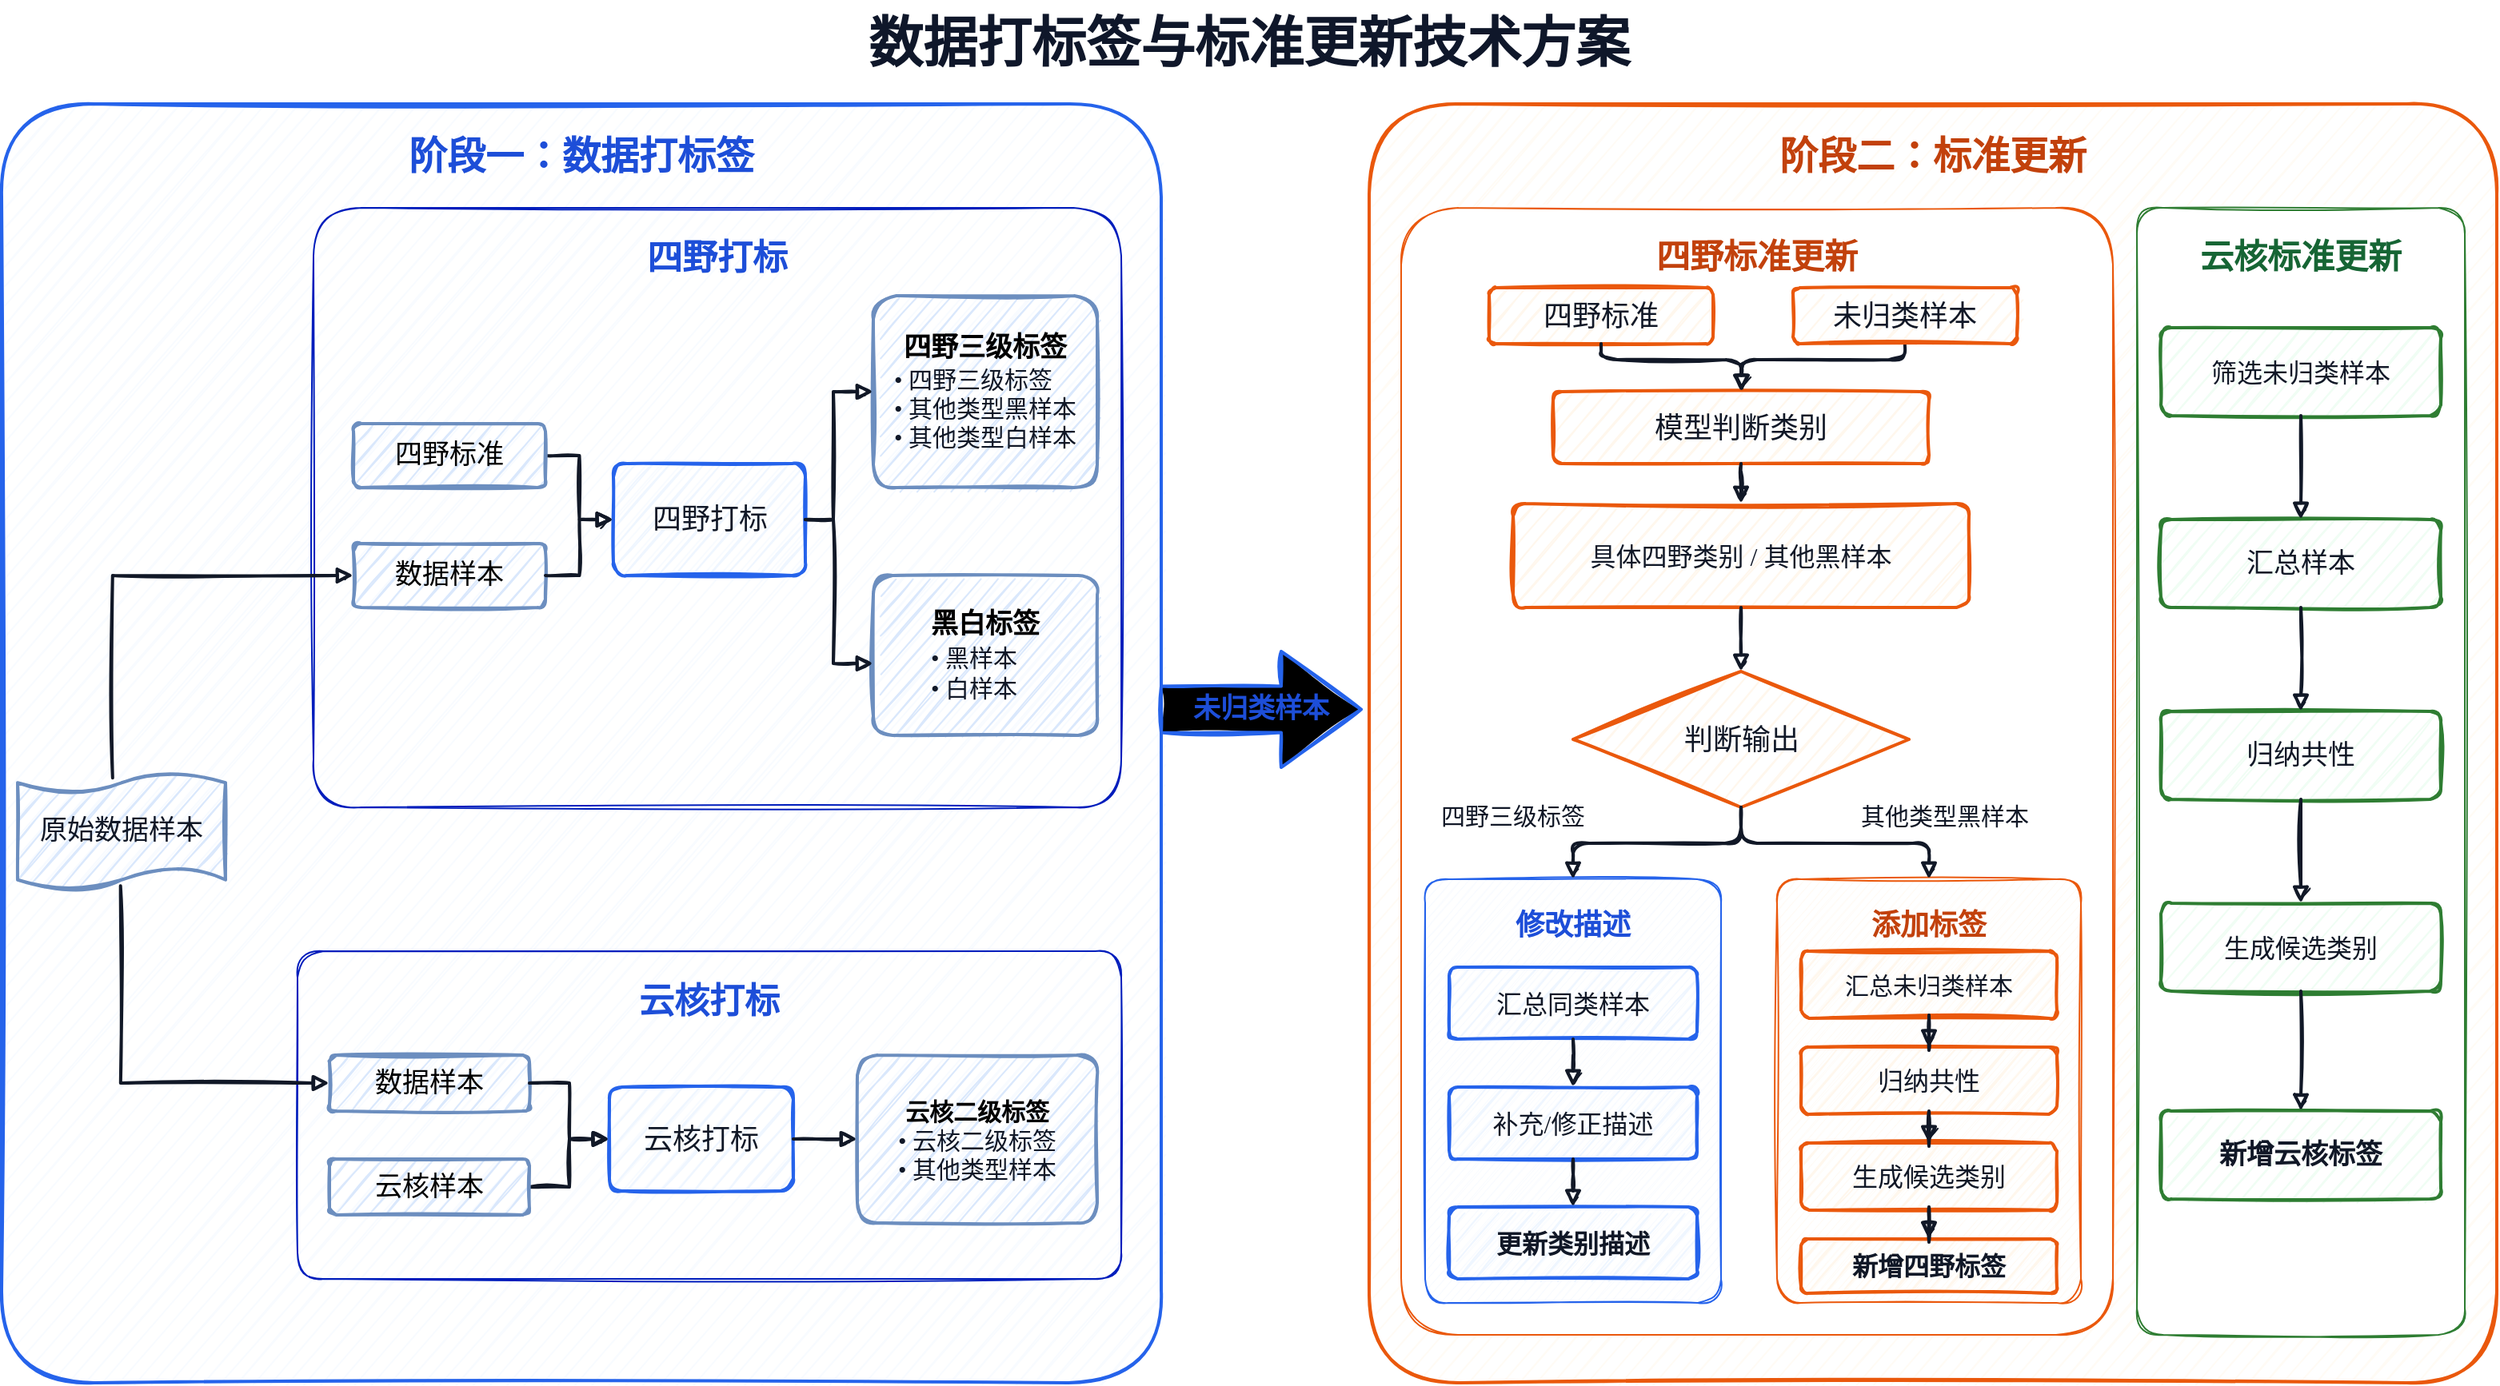
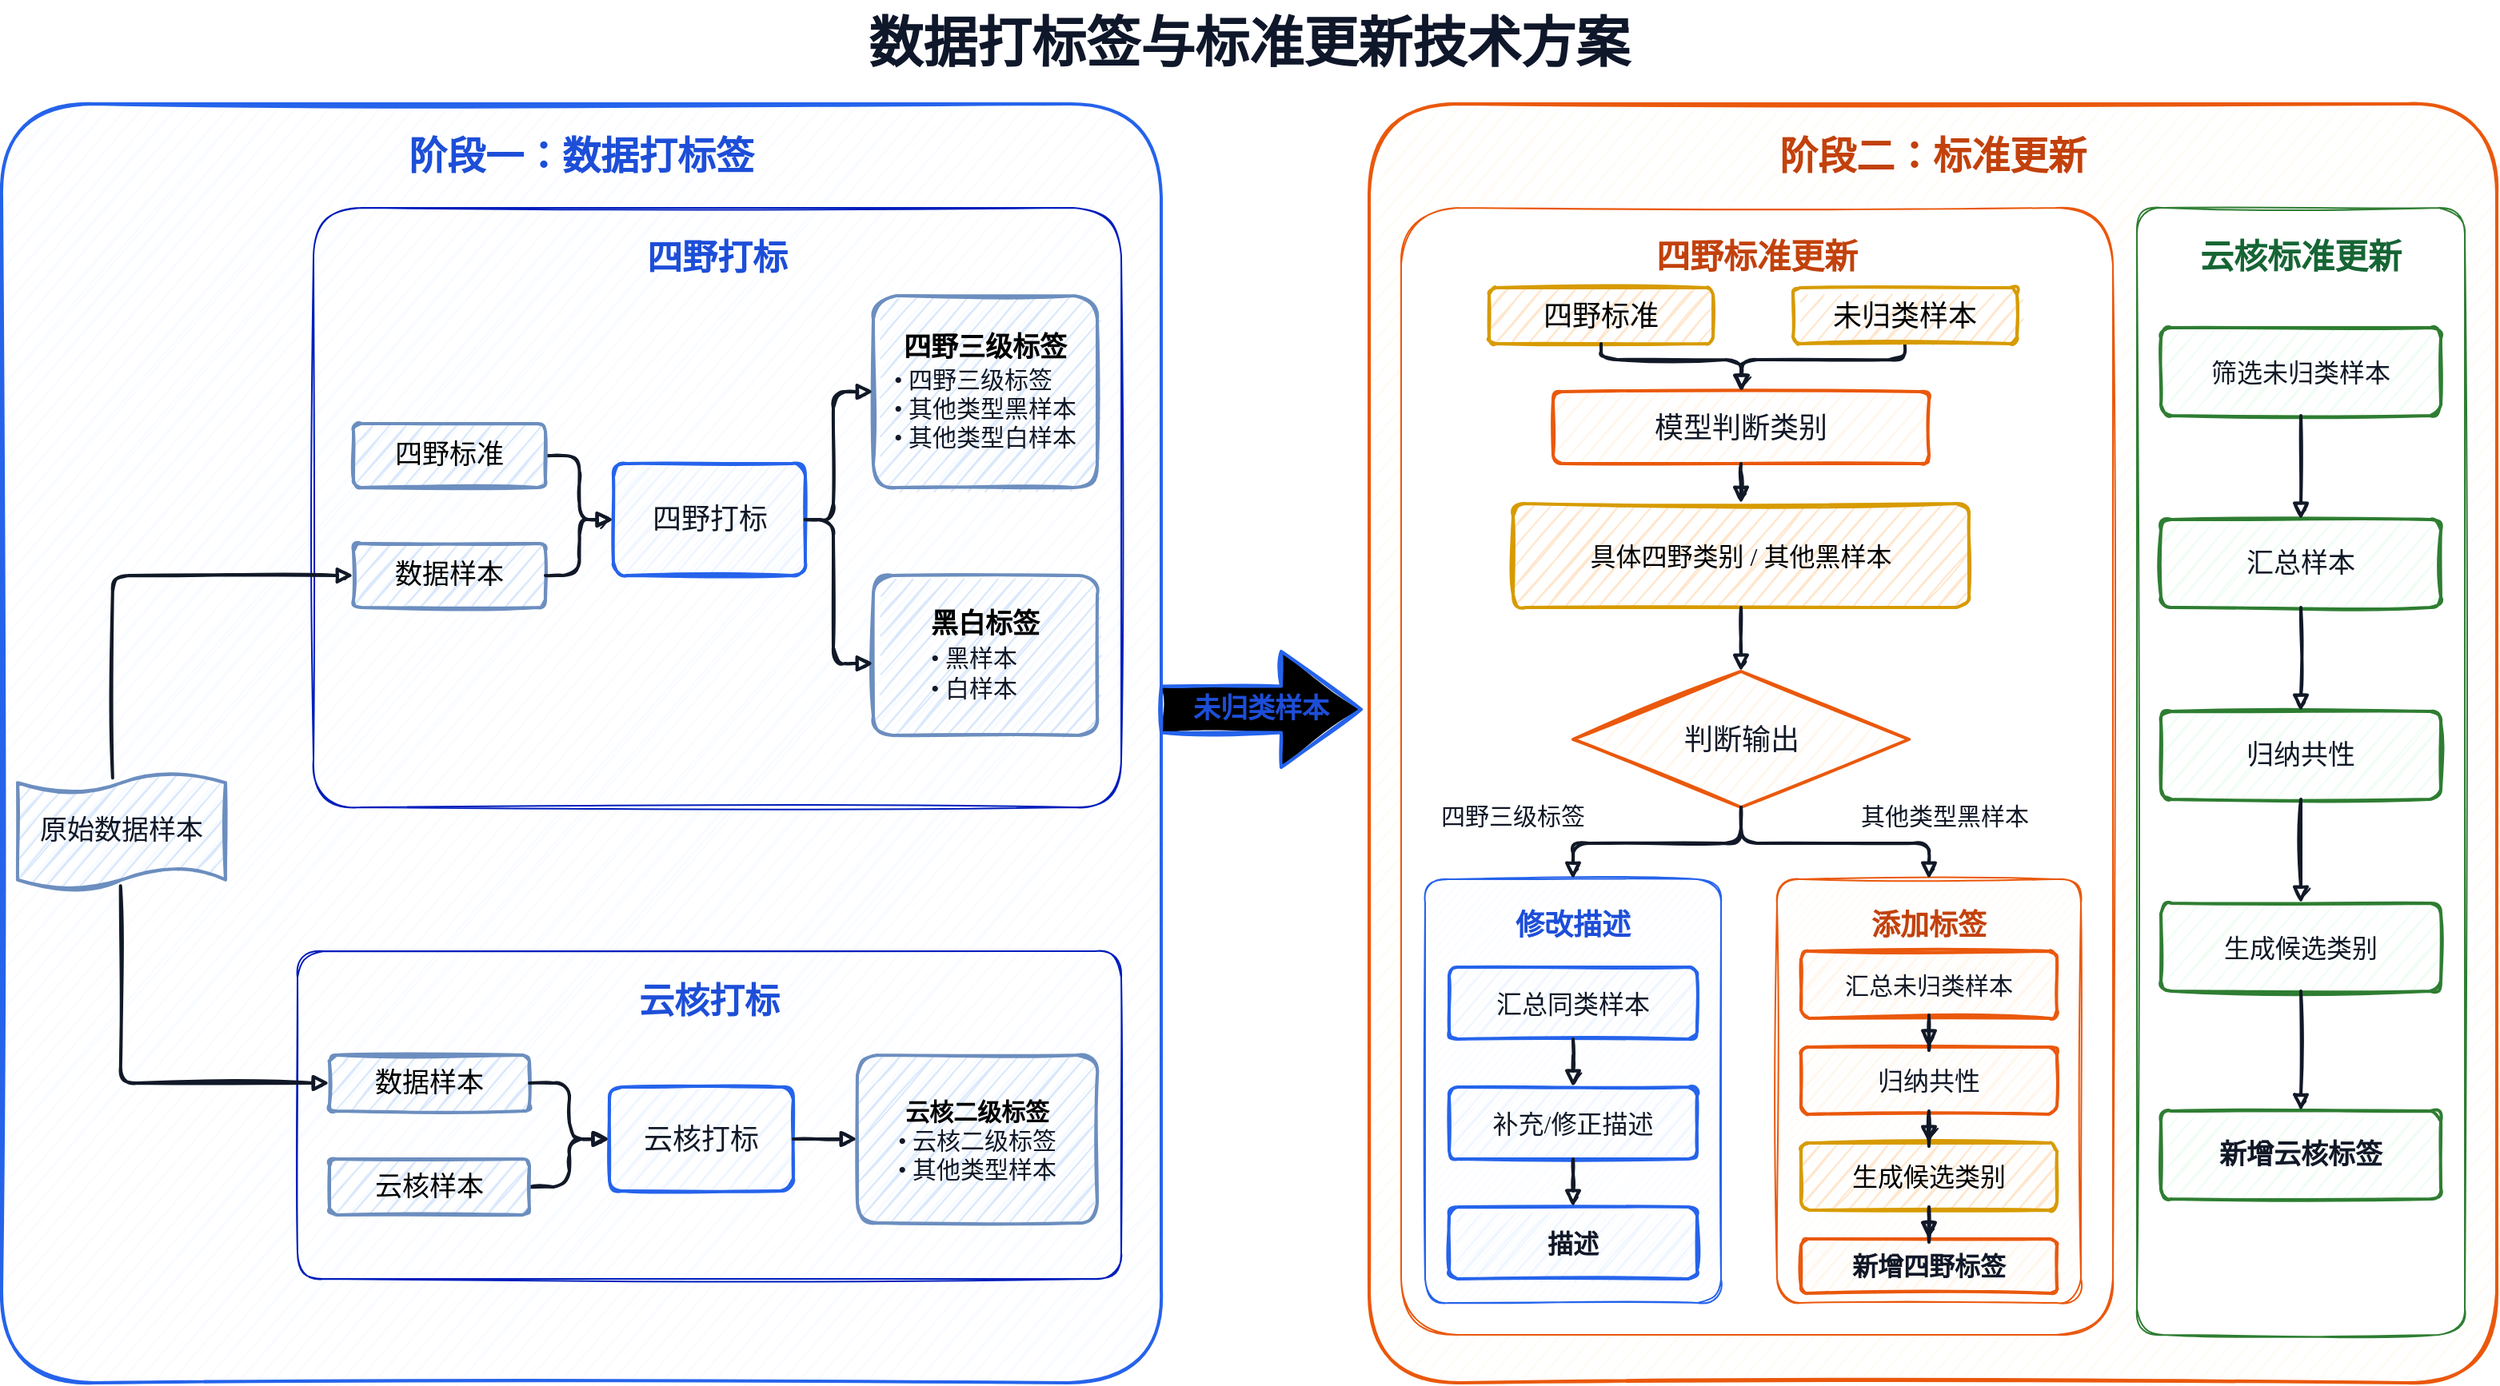
<mxfile host="app.diagrams.net">
  <diagram name="第 1 页" id="qHBWtlReQOPTe34Jqt11">
-     <mxGraphModel dx="1768" dy="971" grid="1" gridSize="10" guides="1" tooltips="1" connect="1" arrows="1" fold="1" page="1" pageScale="1" pageWidth="1600" pageHeight="900" math="0" shadow="0">
+     <mxGraphModel dx="1664" dy="914" grid="1" gridSize="10" guides="1" tooltips="1" connect="1" arrows="1" fold="1" page="1" pageScale="1" pageWidth="1600" pageHeight="900" math="0" shadow="0">
      <root>
        <mxCell id="0" />
        <mxCell id="1" parent="0" />
        <mxCell id="c2" parent="1" style="text;html=1;strokeColor=none;fillColor=none;align=center;verticalAlign=middle;whiteSpace=wrap;rounded=0;fontFamily=Microsoft YaHei;fontSize=22;fontColor=#111827;fontSize=34;fontColor=#0F172A;fontStyle=1;align=center;" value="数据打标签与标准更新技术方案" vertex="1">
          <mxGeometry height="55" width="760" x="420" y="15" as="geometry" />
        </mxCell>
        <mxCell id="c3" parent="1" style="html=1;whiteSpace=wrap;rounded=1;sketch=1;fontFamily=Microsoft YaHei;fontSize=18;strokeWidth=2;fillColor=#F8FBFF;strokeColor=#2563EB;fontColor=#1D4ED8;fontStyle=1;fontSize=24;verticalAlign=top;align=center;spacingTop=12;strokeWidth=2;arcSize=8;" value="阶段一：数据打标签" vertex="1">
          <mxGeometry height="800" width="725" x="20" y="80" as="geometry" />
        </mxCell>
        <mxCell id="c4" parent="1" style="html=1;whiteSpace=wrap;rounded=1;sketch=1;fontFamily=Microsoft YaHei;fontSize=18;strokeWidth=2;fillColor=#FFFBF5;strokeColor=#EA580C;fontColor=#C2410C;fontStyle=1;fontSize=24;verticalAlign=top;align=center;spacingTop=12;strokeWidth=2;arcSize=8;" value="阶段二：标准更新" vertex="1">
          <mxGeometry height="800" width="705" x="875" y="80" as="geometry" />
        </mxCell>
        <mxCell id="c7" parent="1" style="html=1;whiteSpace=wrap;rounded=1;sketch=1;fontFamily=Microsoft YaHei;fontSize=24;strokeWidth=2;fillColor=none;strokeColor=#001DBC;fontStyle=1;fontSize=22;verticalAlign=top;align=center;spacingTop=12;strokeWidth=1;arcSize=8;fontColor=#1D4ED8;" value="四野打标" vertex="1">
          <mxGeometry height="375" width="505" x="215" y="145" as="geometry" />
        </mxCell>
        <mxCell id="c8" parent="1" style="html=1;whiteSpace=wrap;rounded=1;sketch=1;fontFamily=Microsoft YaHei;fontSize=15;strokeWidth=2;arcSize=12;spacing=8;fillColor=#dae8fc;strokeColor=#6c8ebf;fontSize=17;fontStyle=0;align=center;verticalAlign=middle;" value="数据样本" vertex="1">
          <mxGeometry height="40" width="120" x="240" y="355" as="geometry" />
        </mxCell>
        <mxCell id="c9" parent="1" style="html=1;whiteSpace=wrap;rounded=1;sketch=1;fontFamily=Microsoft YaHei;fontSize=15;strokeWidth=2;arcSize=12;spacing=8;fillColor=#EFF6FF;strokeColor=#2563EB;fontColor=#111827;fontSize=18;fontStyle=0;align=center;verticalAlign=middle;" value="四野打标" vertex="1">
          <mxGeometry height="70" width="120" x="402.5" y="305" as="geometry" />
        </mxCell>
        <mxCell id="c10" parent="1" style="html=1;whiteSpace=wrap;rounded=1;sketch=1;fontFamily=Microsoft YaHei;fontSize=18;strokeWidth=2;arcSize=12;spacing=8;fillColor=#dae8fc;strokeColor=#6c8ebf;fontSize=15;fontStyle=0;align=center;verticalAlign=middle;" value="&lt;b&gt;&lt;font style=&quot;font-size: 17px;&quot;&gt;四野三级标签&lt;/font&gt;&lt;/b&gt;&lt;br&gt;&lt;div style=&quot;text-align: left;&quot;&gt;&lt;span style=&quot;background-color: transparent; color: light-dark(rgb(17, 24, 39), rgb(212, 218, 231));&quot;&gt;• 四野三级标签&lt;/span&gt;&lt;/div&gt;&lt;div style=&quot;text-align: left;&quot;&gt;&lt;span style=&quot;background-color: transparent; color: light-dark(rgb(17, 24, 39), rgb(212, 218, 231));&quot;&gt;• 其他类型黑样本&lt;/span&gt;&lt;/div&gt;&lt;div style=&quot;text-align: left;&quot;&gt;&lt;span style=&quot;background-color: transparent; color: light-dark(rgb(17, 24, 39), rgb(212, 218, 231));&quot;&gt;• 其他类型白样本&lt;/span&gt;&lt;/div&gt;" vertex="1">
          <mxGeometry height="120" width="140" x="565" y="200" as="geometry" />
        </mxCell>
        <mxCell id="c11" parent="1" style="html=1;whiteSpace=wrap;rounded=1;sketch=1;fontFamily=Microsoft YaHei;fontSize=18;strokeWidth=2;arcSize=12;spacing=8;fillColor=#dae8fc;strokeColor=#6c8ebf;fontSize=16;fontStyle=0;align=center;verticalAlign=middle;" value="&lt;b&gt;&lt;font style=&quot;font-size: 17px;&quot;&gt;黑白标签&lt;/font&gt;&lt;/b&gt;&lt;br&gt;&lt;div style=&quot;text-align: left;&quot;&gt;&lt;span style=&quot;background-color: transparent; color: light-dark(rgb(17, 24, 39), rgb(212, 218, 231));&quot;&gt;&lt;font style=&quot;font-size: 15px;&quot;&gt;• 黑样本&lt;/font&gt;&lt;/span&gt;&lt;/div&gt;&lt;div style=&quot;text-align: left;&quot;&gt;&lt;span style=&quot;background-color: transparent; color: light-dark(rgb(17, 24, 39), rgb(212, 218, 231));&quot;&gt;&lt;font style=&quot;font-size: 15px;&quot;&gt;• 白样本&lt;/font&gt;&lt;/span&gt;&lt;/div&gt;" vertex="1">
          <mxGeometry height="100" width="140" x="565" y="375" as="geometry" />
        </mxCell>
        <mxCell id="c12" parent="1" style="html=1;whiteSpace=wrap;rounded=1;sketch=1;fontFamily=Microsoft YaHei;fontSize=24;strokeWidth=2;fillColor=none;strokeColor=#001DBC;fontStyle=1;fontSize=22;verticalAlign=top;align=center;spacingTop=12;strokeWidth=1;arcSize=8;fontColor=#1D4ED8;" value="云核打标" vertex="1">
          <mxGeometry height="205" width="515" x="205" y="610" as="geometry" />
        </mxCell>
        <mxCell id="c13" parent="1" style="html=1;whiteSpace=wrap;rounded=1;sketch=1;fontFamily=Microsoft YaHei;fontSize=18;strokeWidth=2;arcSize=12;spacing=8;fillColor=#dae8fc;strokeColor=#6c8ebf;fontSize=17;fontStyle=1;align=center;verticalAlign=middle;" value="&lt;span style=&quot;font-weight: normal;&quot;&gt;数据样本&lt;/span&gt;" vertex="1">
          <mxGeometry height="35" width="125" x="225" y="675" as="geometry" />
        </mxCell>
        <mxCell id="c14" parent="1" style="html=1;whiteSpace=wrap;rounded=1;sketch=1;fontFamily=Microsoft YaHei;fontSize=18;strokeWidth=2;arcSize=12;spacing=8;fillColor=#EFF6FF;strokeColor=#2563EB;fontColor=#111827;fontSize=18;fontStyle=0;align=center;verticalAlign=middle;" value="云核打标" vertex="1">
          <mxGeometry height="65" width="115" x="400" y="695" as="geometry" />
        </mxCell>
        <mxCell id="c15" parent="1" style="html=1;whiteSpace=wrap;rounded=1;sketch=1;fontFamily=Microsoft YaHei;fontSize=18;strokeWidth=2;arcSize=12;spacing=8;fillColor=#dae8fc;strokeColor=#6c8ebf;fontSize=15;fontStyle=0;align=center;verticalAlign=middle;" value="&lt;b&gt;云核二级标签&lt;/b&gt;&lt;br&gt;&lt;div style=&quot;text-align: left;&quot;&gt;&lt;span style=&quot;background-color: transparent; color: light-dark(rgb(17, 24, 39), rgb(212, 218, 231));&quot;&gt;• 云核二级标签&lt;/span&gt;&lt;/div&gt;&lt;div style=&quot;text-align: left;&quot;&gt;&lt;span style=&quot;background-color: transparent; color: light-dark(rgb(17, 24, 39), rgb(212, 218, 231));&quot;&gt;• 其他类型样本&lt;/span&gt;&lt;/div&gt;" vertex="1">
          <mxGeometry height="105" width="150" x="555" y="675" as="geometry" />
        </mxCell>
-         <mxCell id="e18" edge="1" parent="1" source="c8" style="edgeStyle=orthogonalEdgeStyle;rounded=0;orthogonalLoop=1;jettySize=auto;html=1;sketch=1;endArrow=block;endFill=1;strokeWidth=2;strokeColor=#111827;fontFamily=Microsoft YaHei;fontSize=14;" target="c9" value="">
-           <mxGeometry relative="1" as="geometry" />
-         </mxCell>
-         <mxCell id="e19" edge="1" parent="1" source="c9" style="edgeStyle=orthogonalEdgeStyle;rounded=0;orthogonalLoop=1;jettySize=auto;html=1;sketch=1;endArrow=block;endFill=1;strokeWidth=2;strokeColor=#111827;fontFamily=Microsoft YaHei;fontSize=14;" target="c10" value="">
+         <mxCell id="e18" edge="1" parent="1" source="c8" style="edgeStyle=orthogonalEdgeStyle;rounded=1;orthogonalLoop=1;jettySize=auto;html=1;sketch=1;endArrow=block;endFill=1;strokeWidth=2;strokeColor=#111827;fontFamily=Microsoft YaHei;fontSize=14;align=center;verticalAlign=middle;fontColor=default;labelBackgroundColor=default;curved=0;" target="c9" value="">
+           <mxGeometry relative="1" as="geometry" />
+         </mxCell>
+         <mxCell id="e19" edge="1" parent="1" source="c9" style="edgeStyle=orthogonalEdgeStyle;rounded=1;orthogonalLoop=1;jettySize=auto;html=1;sketch=1;endArrow=block;endFill=1;strokeWidth=2;strokeColor=#111827;fontFamily=Microsoft YaHei;fontSize=14;align=center;verticalAlign=middle;fontColor=default;labelBackgroundColor=default;curved=0;" target="c10" value="">
          <mxGeometry relative="1" as="geometry">
            <Array as="points">
              <mxPoint x="540" y="340" />
              <mxPoint x="540" y="260" />
            </Array>
          </mxGeometry>
        </mxCell>
-         <mxCell id="e20" edge="1" parent="1" source="c9" style="edgeStyle=orthogonalEdgeStyle;rounded=0;orthogonalLoop=1;jettySize=auto;html=1;sketch=1;endArrow=block;endFill=1;strokeWidth=2;strokeColor=#111827;fontFamily=Microsoft YaHei;fontSize=14;exitX=1;exitY=0.5;exitDx=0;exitDy=0;" target="c11" value="">
+         <mxCell id="e20" edge="1" parent="1" source="c9" style="edgeStyle=orthogonalEdgeStyle;rounded=1;orthogonalLoop=1;jettySize=auto;html=1;sketch=1;endArrow=block;endFill=1;strokeWidth=2;strokeColor=#111827;fontFamily=Microsoft YaHei;fontSize=14;exitX=1;exitY=0.5;exitDx=0;exitDy=0;align=center;verticalAlign=middle;fontColor=default;labelBackgroundColor=default;curved=0;" target="c11" value="">
          <mxGeometry relative="1" as="geometry">
            <Array as="points">
              <mxPoint x="540" y="340" />
              <mxPoint x="540" y="430" />
            </Array>
          </mxGeometry>
        </mxCell>
-         <mxCell id="e21" edge="1" parent="1" source="c13" style="edgeStyle=orthogonalEdgeStyle;rounded=0;orthogonalLoop=1;jettySize=auto;html=1;sketch=1;endArrow=block;endFill=1;strokeWidth=2;strokeColor=#111827;fontFamily=Microsoft YaHei;fontSize=14;" target="c14" value="">
-           <mxGeometry relative="1" as="geometry" />
-         </mxCell>
-         <mxCell id="e22" edge="1" parent="1" source="c14" style="edgeStyle=orthogonalEdgeStyle;rounded=0;orthogonalLoop=1;jettySize=auto;html=1;sketch=1;endArrow=block;endFill=1;strokeWidth=2;strokeColor=#111827;fontFamily=Microsoft YaHei;fontSize=14;" target="c15" value="">
+         <mxCell id="e21" edge="1" parent="1" source="c13" style="edgeStyle=orthogonalEdgeStyle;rounded=1;orthogonalLoop=1;jettySize=auto;html=1;sketch=1;endArrow=block;endFill=1;strokeWidth=2;strokeColor=#111827;fontFamily=Microsoft YaHei;fontSize=14;align=center;verticalAlign=middle;fontColor=default;labelBackgroundColor=default;curved=0;" target="c14" value="">
+           <mxGeometry relative="1" as="geometry" />
+         </mxCell>
+         <mxCell id="e22" edge="1" parent="1" source="c14" style="edgeStyle=orthogonalEdgeStyle;rounded=1;orthogonalLoop=1;jettySize=auto;html=1;sketch=1;endArrow=block;endFill=1;strokeWidth=2;strokeColor=#111827;fontFamily=Microsoft YaHei;fontSize=14;align=center;verticalAlign=middle;fontColor=default;labelBackgroundColor=default;curved=0;" target="c15" value="">
          <mxGeometry relative="1" as="geometry" />
        </mxCell>
        <mxCell id="c24" parent="1" style="html=1;whiteSpace=wrap;rounded=1;sketch=1;fontFamily=Microsoft YaHei;fontSize=18;strokeWidth=2;fillColor=#FFFFFF;strokeColor=#EA580C;fontColor=#C2410C;fontStyle=1;fontSize=21;verticalAlign=top;align=center;spacingTop=12;strokeWidth=1;arcSize=8;" value="四野标准更新" vertex="1">
          <mxGeometry height="705" width="445" x="895" y="145" as="geometry" />
        </mxCell>
-         <mxCell id="c25" parent="1" style="html=1;whiteSpace=wrap;rounded=1;sketch=1;fontFamily=Microsoft YaHei;fontSize=18;strokeWidth=2;arcSize=12;spacing=8;fillColor=#FFF7ED;strokeColor=#EA580C;fontColor=#111827;fontSize=18;fontStyle=1;align=center;verticalAlign=middle;" value="&lt;span style=&quot;font-weight: normal;&quot;&gt;四野标准&lt;/span&gt;" vertex="1">
+         <mxCell id="c25" parent="1" style="html=1;whiteSpace=wrap;rounded=1;sketch=1;fontFamily=Microsoft YaHei;fontSize=18;strokeWidth=2;arcSize=12;spacing=8;fillColor=#ffe6cc;strokeColor=#d79b00;fontSize=18;fontStyle=1;align=center;verticalAlign=middle;" value="&lt;span style=&quot;font-weight: normal;&quot;&gt;四野标准&lt;/span&gt;" vertex="1">
          <mxGeometry height="35" width="140" x="950" y="195" as="geometry" />
        </mxCell>
        <mxCell id="c26" parent="1" style="html=1;whiteSpace=wrap;rounded=1;sketch=1;fontFamily=Microsoft YaHei;fontSize=18;strokeWidth=2;arcSize=12;spacing=8;fillColor=#FFF7ED;strokeColor=#EA580C;fontColor=#111827;fontSize=18;fontStyle=1;align=center;verticalAlign=middle;" value="&lt;span style=&quot;font-weight: normal;&quot;&gt;模型判断类别&lt;/span&gt;" vertex="1">
          <mxGeometry height="45" width="235" x="990" y="260" as="geometry" />
        </mxCell>
-         <mxCell id="c27" parent="1" style="html=1;whiteSpace=wrap;rounded=1;sketch=1;fontFamily=Microsoft YaHei;fontSize=18;strokeWidth=2;arcSize=12;spacing=8;fillColor=#FFF7ED;strokeColor=#EA580C;fontColor=#111827;fontSize=16;fontStyle=1;align=center;verticalAlign=middle;" value="&lt;span style=&quot;font-weight: normal;&quot;&gt;具体四野类别 / 其他黑样本&lt;/span&gt;" vertex="1">
+         <mxCell id="c27" parent="1" style="html=1;whiteSpace=wrap;rounded=1;sketch=1;fontFamily=Microsoft YaHei;fontSize=18;strokeWidth=2;arcSize=12;spacing=8;fillColor=#ffe6cc;strokeColor=#d79b00;fontSize=16;fontStyle=1;align=center;verticalAlign=middle;" value="&lt;span style=&quot;font-weight: normal;&quot;&gt;具体四野类别 / 其他黑样本&lt;/span&gt;" vertex="1">
          <mxGeometry height="65" width="285" x="965" y="330" as="geometry" />
        </mxCell>
        <mxCell id="c28" parent="1" style="rhombus;html=1;whiteSpace=wrap;sketch=1;fontFamily=Microsoft YaHei;fontSize=18;fontStyle=1;strokeWidth=2;fillColor=#FFF7ED;strokeColor=#EA580C;fontColor=#111827;align=center;verticalAlign=middle;" value="&lt;span style=&quot;font-weight: normal;&quot;&gt;判断输出&lt;/span&gt;" vertex="1">
          <mxGeometry height="85" width="210" x="1002.5" y="435" as="geometry" />
        </mxCell>
        <mxCell id="e29" edge="1" parent="1" source="c25" style="edgeStyle=orthogonalEdgeStyle;rounded=1;orthogonalLoop=1;jettySize=auto;html=1;sketch=1;endArrow=block;endFill=1;strokeWidth=2;strokeColor=#111827;fontFamily=Microsoft YaHei;fontSize=14;align=center;verticalAlign=middle;fontColor=default;labelBackgroundColor=default;curved=0;" target="c26" value="">
          <mxGeometry relative="1" as="geometry">
            <Array as="points">
              <mxPoint x="1020" y="240" />
              <mxPoint x="1108" y="240" />
            </Array>
          </mxGeometry>
        </mxCell>
        <mxCell id="e30" edge="1" parent="1" source="c26" style="edgeStyle=orthogonalEdgeStyle;rounded=0;orthogonalLoop=1;jettySize=auto;html=1;sketch=1;endArrow=block;endFill=1;strokeWidth=2;strokeColor=#111827;fontFamily=Microsoft YaHei;fontSize=14;" target="c27" value="">
          <mxGeometry relative="1" as="geometry" />
        </mxCell>
        <mxCell id="e31" edge="1" parent="1" source="c27" style="edgeStyle=orthogonalEdgeStyle;rounded=0;orthogonalLoop=1;jettySize=auto;html=1;sketch=1;endArrow=block;endFill=1;strokeWidth=2;strokeColor=#111827;fontFamily=Microsoft YaHei;fontSize=14;" target="c28" value="">
          <mxGeometry relative="1" as="geometry" />
        </mxCell>
        <mxCell id="c32" parent="1" style="text;html=1;strokeColor=none;fillColor=none;align=center;verticalAlign=middle;whiteSpace=wrap;rounded=0;fontFamily=Microsoft YaHei;fontSize=22;fontColor=#111827;fontSize=15;fontColor=#111827;fontStyle=0;align=center;" value="四野三级标签" vertex="1">
          <mxGeometry height="30" width="130" x="900" y="510" as="geometry" />
        </mxCell>
        <mxCell id="c33" parent="1" style="text;html=1;strokeColor=none;fillColor=none;align=center;verticalAlign=middle;whiteSpace=wrap;rounded=0;fontFamily=Microsoft YaHei;fontSize=22;fontColor=#111827;fontSize=15;fontColor=#111827;fontStyle=0;align=center;" value="其他类型黑样本" vertex="1">
          <mxGeometry height="30" width="110" x="1180" y="510" as="geometry" />
        </mxCell>
        <mxCell id="c34" parent="1" style="html=1;whiteSpace=wrap;rounded=1;sketch=1;fontFamily=Microsoft YaHei;fontSize=18;strokeWidth=2;fillColor=#F8FBFF;strokeColor=#2563EB;fontColor=#1D4ED8;fontStyle=1;fontSize=18;verticalAlign=top;align=center;spacingTop=12;strokeWidth=1;arcSize=8;" value="修改描述" vertex="1">
          <mxGeometry height="265" width="185" x="910" y="565" as="geometry" />
        </mxCell>
        <mxCell id="c35" parent="1" style="html=1;whiteSpace=wrap;rounded=1;sketch=1;fontFamily=Microsoft YaHei;fontSize=18;strokeWidth=2;arcSize=12;spacing=8;fillColor=#EFF6FF;strokeColor=#2563EB;fontColor=#111827;fontSize=16;fontStyle=0;align=center;verticalAlign=middle;" value="汇总同类样本" vertex="1">
          <mxGeometry height="45" width="155" x="925" y="620" as="geometry" />
        </mxCell>
        <mxCell id="c36" parent="1" style="html=1;whiteSpace=wrap;rounded=1;sketch=1;fontFamily=Microsoft YaHei;fontSize=18;strokeWidth=2;arcSize=12;spacing=8;fillColor=#EFF6FF;strokeColor=#2563EB;fontColor=#111827;fontSize=16;fontStyle=0;align=center;verticalAlign=middle;" value="补充/修正描述" vertex="1">
          <mxGeometry height="45" width="155" x="925" y="695" as="geometry" />
        </mxCell>
-         <mxCell id="c37" parent="1" style="html=1;whiteSpace=wrap;rounded=1;sketch=1;fontFamily=Microsoft YaHei;fontSize=18;strokeWidth=2;arcSize=12;spacing=8;fillColor=#EFF6FF;strokeColor=#2563EB;fontColor=#111827;fontSize=16;fontStyle=1;align=center;verticalAlign=middle;" value="更新类别描述" vertex="1">
+         <mxCell id="c37" parent="1" style="html=1;whiteSpace=wrap;rounded=1;sketch=1;fontFamily=Microsoft YaHei;fontSize=18;strokeWidth=2;arcSize=12;spacing=8;fillColor=#EFF6FF;strokeColor=#2563EB;fontColor=#111827;fontSize=16;fontStyle=1;align=center;verticalAlign=middle;" value="描述" vertex="1">
          <mxGeometry height="45" width="155" x="925" y="770" as="geometry" />
        </mxCell>
        <mxCell id="e38" edge="1" parent="1" source="c28" style="edgeStyle=orthogonalEdgeStyle;rounded=1;orthogonalLoop=1;jettySize=auto;html=1;sketch=1;endArrow=block;endFill=1;strokeWidth=2;strokeColor=#111827;fontFamily=Microsoft YaHei;fontSize=14;align=center;verticalAlign=middle;fontColor=default;labelBackgroundColor=default;curved=0;entryX=0.5;entryY=0;entryDx=0;entryDy=0;" target="c34" value="">
          <mxGeometry relative="1" as="geometry" />
        </mxCell>
        <mxCell id="e39" edge="1" parent="1" source="c35" style="edgeStyle=orthogonalEdgeStyle;rounded=0;orthogonalLoop=1;jettySize=auto;html=1;sketch=1;endArrow=block;endFill=1;strokeWidth=2;strokeColor=#111827;fontFamily=Microsoft YaHei;fontSize=14;" target="c36" value="">
          <mxGeometry relative="1" as="geometry" />
        </mxCell>
        <mxCell id="e40" edge="1" parent="1" source="c36" style="edgeStyle=orthogonalEdgeStyle;rounded=0;orthogonalLoop=1;jettySize=auto;html=1;sketch=1;endArrow=block;endFill=1;strokeWidth=2;strokeColor=#111827;fontFamily=Microsoft YaHei;fontSize=14;" target="c37" value="">
          <mxGeometry relative="1" as="geometry" />
        </mxCell>
        <mxCell id="c41" parent="1" style="html=1;whiteSpace=wrap;rounded=1;sketch=1;fontFamily=Microsoft YaHei;fontSize=18;strokeWidth=2;fillColor=#FFFBF5;strokeColor=#EA580C;fontColor=#C2410C;fontStyle=1;fontSize=18;verticalAlign=top;align=center;spacingTop=12;strokeWidth=1;arcSize=8;" value="添加标签" vertex="1">
          <mxGeometry height="265" width="190" x="1130" y="565" as="geometry" />
        </mxCell>
        <mxCell id="c42" parent="1" style="html=1;whiteSpace=wrap;rounded=1;sketch=1;fontFamily=Microsoft YaHei;fontSize=18;strokeWidth=2;arcSize=12;spacing=8;fillColor=#FFF7ED;strokeColor=#EA580C;fontColor=#111827;fontSize=15;fontStyle=0;align=center;verticalAlign=middle;" value="汇总未归类样本" vertex="1">
          <mxGeometry height="42" width="160" x="1145" y="610" as="geometry" />
        </mxCell>
        <mxCell id="c43" parent="1" style="html=1;whiteSpace=wrap;rounded=1;sketch=1;fontFamily=Microsoft YaHei;fontSize=18;strokeWidth=2;arcSize=12;spacing=8;fillColor=#FFF7ED;strokeColor=#EA580C;fontColor=#111827;fontSize=16;fontStyle=0;align=center;verticalAlign=middle;" value="归纳共性" vertex="1">
          <mxGeometry height="42" width="160" x="1145" y="670" as="geometry" />
        </mxCell>
-         <mxCell id="c44" parent="1" style="html=1;whiteSpace=wrap;rounded=1;sketch=1;fontFamily=Microsoft YaHei;fontSize=18;strokeWidth=2;arcSize=12;spacing=8;fillColor=#FFF7ED;strokeColor=#EA580C;fontColor=#111827;fontSize=16;fontStyle=0;align=center;verticalAlign=middle;" value="生成候选类别" vertex="1">
+         <mxCell id="c44" parent="1" style="html=1;whiteSpace=wrap;rounded=1;sketch=1;fontFamily=Microsoft YaHei;fontSize=18;strokeWidth=2;arcSize=12;spacing=8;fillColor=#ffe6cc;strokeColor=#d79b00;fontSize=16;fontStyle=0;align=center;verticalAlign=middle;" value="生成候选类别" vertex="1">
          <mxGeometry height="42" width="160" x="1145" y="730" as="geometry" />
        </mxCell>
        <mxCell id="c45" parent="1" style="html=1;whiteSpace=wrap;rounded=1;sketch=1;fontFamily=Microsoft YaHei;fontSize=18;strokeWidth=2;arcSize=12;spacing=8;fillColor=#FFF7ED;strokeColor=#EA580C;fontColor=#111827;fontSize=16;fontStyle=1;align=center;verticalAlign=middle;" value="新增四野标签" vertex="1">
          <mxGeometry height="34" width="160" x="1145" y="790" as="geometry" />
        </mxCell>
        <mxCell id="e46" edge="1" parent="1" source="c28" style="edgeStyle=orthogonalEdgeStyle;rounded=1;orthogonalLoop=1;jettySize=auto;html=1;sketch=1;endArrow=block;endFill=1;strokeWidth=2;strokeColor=#111827;fontFamily=Microsoft YaHei;fontSize=14;curved=0;exitX=0.5;exitY=1;exitDx=0;exitDy=0;entryX=0.5;entryY=0;entryDx=0;entryDy=0;" target="c41" value="">
          <mxGeometry relative="1" as="geometry">
            <mxPoint x="1225" y="560" as="targetPoint" />
          </mxGeometry>
        </mxCell>
        <mxCell id="e47" edge="1" parent="1" source="c42" style="edgeStyle=orthogonalEdgeStyle;rounded=0;orthogonalLoop=1;jettySize=auto;html=1;sketch=1;endArrow=block;endFill=1;strokeWidth=2;strokeColor=#111827;fontFamily=Microsoft YaHei;fontSize=14;" target="c43" value="">
          <mxGeometry relative="1" as="geometry" />
        </mxCell>
        <mxCell id="e48" edge="1" parent="1" source="c43" style="edgeStyle=orthogonalEdgeStyle;rounded=0;orthogonalLoop=1;jettySize=auto;html=1;sketch=1;endArrow=block;endFill=1;strokeWidth=2;strokeColor=#111827;fontFamily=Microsoft YaHei;fontSize=14;" target="c44" value="">
          <mxGeometry relative="1" as="geometry" />
        </mxCell>
        <mxCell id="e49" edge="1" parent="1" source="c44" style="edgeStyle=orthogonalEdgeStyle;rounded=0;orthogonalLoop=1;jettySize=auto;html=1;sketch=1;endArrow=block;endFill=1;strokeWidth=2;strokeColor=#111827;fontFamily=Microsoft YaHei;fontSize=14;" target="c45" value="">
          <mxGeometry relative="1" as="geometry" />
        </mxCell>
        <mxCell id="c50" parent="1" style="html=1;whiteSpace=wrap;rounded=1;sketch=1;fontFamily=Microsoft YaHei;fontSize=18;strokeWidth=2;fillColor=#FFFFFF;strokeColor=#2E7D32;fontColor=#166534;fontStyle=1;fontSize=21;verticalAlign=top;align=center;spacingTop=12;strokeWidth=1;arcSize=8;" value="云核标准更新" vertex="1">
          <mxGeometry height="705" width="205" x="1355" y="145" as="geometry" />
        </mxCell>
        <mxCell id="c51" parent="1" style="html=1;whiteSpace=wrap;rounded=1;sketch=1;fontFamily=Microsoft YaHei;fontSize=18;strokeWidth=2;arcSize=12;spacing=8;fillColor=#F0FDF4;strokeColor=#2E7D32;fontColor=#111827;fontSize=16;fontStyle=0;align=center;verticalAlign=middle;" value="筛选未归类样本" vertex="1">
          <mxGeometry height="55" width="175" x="1370" y="220" as="geometry" />
        </mxCell>
        <mxCell id="c52" parent="1" style="html=1;whiteSpace=wrap;rounded=1;sketch=1;fontFamily=Microsoft YaHei;fontSize=18;strokeWidth=2;arcSize=12;spacing=8;fillColor=#F0FDF4;strokeColor=#2E7D32;fontColor=#111827;fontSize=17;fontStyle=0;align=center;verticalAlign=middle;" value="汇总样本" vertex="1">
          <mxGeometry height="55" width="175" x="1370" y="340" as="geometry" />
        </mxCell>
        <mxCell id="c53" parent="1" style="html=1;whiteSpace=wrap;rounded=1;sketch=1;fontFamily=Microsoft YaHei;fontSize=18;strokeWidth=2;arcSize=12;spacing=8;fillColor=#F0FDF4;strokeColor=#2E7D32;fontColor=#111827;fontSize=17;fontStyle=0;align=center;verticalAlign=middle;" value="归纳共性" vertex="1">
          <mxGeometry height="55" width="175" x="1370" y="460" as="geometry" />
        </mxCell>
        <mxCell id="c54" parent="1" style="html=1;whiteSpace=wrap;rounded=1;sketch=1;fontFamily=Microsoft YaHei;fontSize=18;strokeWidth=2;arcSize=12;spacing=8;fillColor=#F0FDF4;strokeColor=#2E7D32;fontColor=#111827;fontSize=16;fontStyle=0;align=center;verticalAlign=middle;" value="生成候选类别" vertex="1">
          <mxGeometry height="55" width="175" x="1370" y="580" as="geometry" />
        </mxCell>
        <mxCell id="c55" parent="1" style="html=1;whiteSpace=wrap;rounded=1;sketch=1;fontFamily=Microsoft YaHei;fontSize=18;strokeWidth=2;arcSize=12;spacing=8;fillColor=#F0FDF4;strokeColor=#2E7D32;fontColor=#111827;fontSize=17;fontStyle=1;align=center;verticalAlign=middle;" value="新增云核标签" vertex="1">
          <mxGeometry height="55" width="175" x="1370" y="710" as="geometry" />
        </mxCell>
        <mxCell id="e56" edge="1" parent="1" source="c51" style="edgeStyle=orthogonalEdgeStyle;rounded=0;orthogonalLoop=1;jettySize=auto;html=1;sketch=1;endArrow=block;endFill=1;strokeWidth=2;strokeColor=#111827;fontFamily=Microsoft YaHei;fontSize=14;" target="c52" value="">
          <mxGeometry relative="1" as="geometry" />
        </mxCell>
        <mxCell id="e57" edge="1" parent="1" source="c52" style="edgeStyle=orthogonalEdgeStyle;rounded=0;orthogonalLoop=1;jettySize=auto;html=1;sketch=1;endArrow=block;endFill=1;strokeWidth=2;strokeColor=#111827;fontFamily=Microsoft YaHei;fontSize=14;" target="c53" value="">
          <mxGeometry relative="1" as="geometry" />
        </mxCell>
        <mxCell id="e58" edge="1" parent="1" source="c53" style="edgeStyle=orthogonalEdgeStyle;rounded=0;orthogonalLoop=1;jettySize=auto;html=1;sketch=1;endArrow=block;endFill=1;strokeWidth=2;strokeColor=#111827;fontFamily=Microsoft YaHei;fontSize=14;" target="c54" value="">
          <mxGeometry relative="1" as="geometry" />
        </mxCell>
        <mxCell id="e59" edge="1" parent="1" source="c54" style="edgeStyle=orthogonalEdgeStyle;rounded=0;orthogonalLoop=1;jettySize=auto;html=1;sketch=1;endArrow=block;endFill=1;strokeWidth=2;strokeColor=#111827;fontFamily=Microsoft YaHei;fontSize=14;" target="c55" value="">
          <mxGeometry relative="1" as="geometry" />
        </mxCell>
        <mxCell id="F_k4ifYB02R7CEy72iHJ-2" parent="1" style="shape=tape;whiteSpace=wrap;html=1;strokeWidth=2;size=0.19;sketch=1;fontFamily=Microsoft YaHei;strokeColor=#6c8ebf;align=center;verticalAlign=middle;fontSize=17;fontColor=default;fontStyle=1;fillColor=#dae8fc;rounded=1;spacing=8;arcSize=12;" value="&lt;span style=&quot;font-weight: normal;&quot;&gt;&lt;span style=&quot;color: rgb(17, 24, 39); font-family: &amp;quot;Microsoft YaHei&amp;quot;; font-size: 17px;&quot;&gt;原始数据&lt;/span&gt;&lt;span style=&quot;color: rgb(17, 24, 39); font-family: &amp;quot;Microsoft YaHei&amp;quot;; font-size: 17px;&quot;&gt;样本&lt;/span&gt;&lt;/span&gt;" vertex="1">
          <mxGeometry height="75" width="130" x="30" y="497.5" as="geometry" />
        </mxCell>
-         <mxCell id="F_k4ifYB02R7CEy72iHJ-9" edge="1" parent="1" source="F_k4ifYB02R7CEy72iHJ-3" style="edgeStyle=orthogonalEdgeStyle;rounded=0;sketch=1;orthogonalLoop=1;jettySize=auto;html=1;exitX=1;exitY=0.5;exitDx=0;exitDy=0;entryX=0;entryY=0.5;entryDx=0;entryDy=0;fontFamily=Microsoft YaHei;strokeColor=#111827;strokeWidth=2;align=center;verticalAlign=middle;fontSize=14;fontColor=default;labelBackgroundColor=default;endArrow=block;endFill=1;" target="c9">
+         <mxCell id="F_k4ifYB02R7CEy72iHJ-9" edge="1" parent="1" source="F_k4ifYB02R7CEy72iHJ-3" style="edgeStyle=orthogonalEdgeStyle;rounded=1;sketch=1;orthogonalLoop=1;jettySize=auto;html=1;exitX=1;exitY=0.5;exitDx=0;exitDy=0;entryX=0;entryY=0.5;entryDx=0;entryDy=0;fontFamily=Microsoft YaHei;strokeColor=#111827;strokeWidth=2;align=center;verticalAlign=middle;fontSize=14;fontColor=default;labelBackgroundColor=default;endArrow=block;endFill=1;curved=0;" target="c9">
          <mxGeometry relative="1" as="geometry" />
        </mxCell>
        <mxCell id="F_k4ifYB02R7CEy72iHJ-3" parent="1" style="html=1;whiteSpace=wrap;rounded=1;sketch=1;fontFamily=Microsoft YaHei;fontSize=15;strokeWidth=2;arcSize=12;spacing=8;fillColor=#dae8fc;strokeColor=#6c8ebf;fontSize=17;fontStyle=0;align=center;verticalAlign=middle;" value="四野标准" vertex="1">
          <mxGeometry height="40" width="120" x="240" y="280" as="geometry" />
        </mxCell>
        <mxCell id="F_k4ifYB02R7CEy72iHJ-5" parent="1" style="shape=singleArrow;whiteSpace=wrap;html=1;arrowWidth=0.4;arrowSize=0.4;fontSize=17;fontFamily=Microsoft YaHei;fillColor=light-dark(#cfdcfb, #151b23);strokeColor=#2563EB;fontColor=#111827;strokeWidth=2;sketch=1;fontStyle=1;gradientColor=light-dark(#fad8c6, #F5BB9C);gradientDirection=east;" value="&lt;span style=&quot;color: rgb(29, 78, 216);&quot;&gt;未归类样本&lt;/span&gt;" vertex="1">
          <mxGeometry height="72.5" width="125" x="745" y="422.5" as="geometry" />
        </mxCell>
-         <mxCell id="F_k4ifYB02R7CEy72iHJ-7" edge="1" parent="1" source="F_k4ifYB02R7CEy72iHJ-2" style="endArrow=block;html=1;rounded=0;sketch=1;fontFamily=Microsoft YaHei;exitX=0.457;exitY=0.055;exitDx=0;exitDy=0;exitPerimeter=0;entryX=0;entryY=0.5;entryDx=0;entryDy=0;edgeStyle=orthogonalEdgeStyle;strokeColor=#111827;strokeWidth=2;align=center;verticalAlign=middle;fontSize=14;fontColor=default;labelBackgroundColor=default;endFill=1;" target="c8" value="">
+         <mxCell id="F_k4ifYB02R7CEy72iHJ-7" edge="1" parent="1" source="F_k4ifYB02R7CEy72iHJ-2" style="endArrow=block;html=1;rounded=1;sketch=1;fontFamily=Microsoft YaHei;exitX=0.457;exitY=0.055;exitDx=0;exitDy=0;exitPerimeter=0;entryX=0;entryY=0.5;entryDx=0;entryDy=0;edgeStyle=orthogonalEdgeStyle;strokeColor=#111827;strokeWidth=2;align=center;verticalAlign=middle;fontSize=14;fontColor=default;labelBackgroundColor=default;endFill=1;curved=0;" target="c8" value="">
          <mxGeometry height="50" relative="1" width="50" as="geometry">
            <Array as="points">
              <mxPoint x="89" y="375" />
            </Array>
            <mxPoint x="420" y="510" as="sourcePoint" />
            <mxPoint x="470" y="460" as="targetPoint" />
          </mxGeometry>
        </mxCell>
-         <mxCell id="F_k4ifYB02R7CEy72iHJ-8" edge="1" parent="1" source="F_k4ifYB02R7CEy72iHJ-2" style="endArrow=block;html=1;rounded=0;sketch=1;fontFamily=Microsoft YaHei;exitX=0.495;exitY=0.955;exitDx=0;exitDy=0;exitPerimeter=0;entryX=0;entryY=0.5;entryDx=0;entryDy=0;edgeStyle=orthogonalEdgeStyle;strokeColor=#111827;strokeWidth=2;align=center;verticalAlign=middle;fontSize=14;fontColor=default;labelBackgroundColor=default;endFill=1;" target="c13" value="">
+         <mxCell id="F_k4ifYB02R7CEy72iHJ-8" edge="1" parent="1" source="F_k4ifYB02R7CEy72iHJ-2" style="endArrow=block;html=1;rounded=1;sketch=1;fontFamily=Microsoft YaHei;exitX=0.495;exitY=0.955;exitDx=0;exitDy=0;exitPerimeter=0;entryX=0;entryY=0.5;entryDx=0;entryDy=0;edgeStyle=orthogonalEdgeStyle;strokeColor=#111827;strokeWidth=2;align=center;verticalAlign=middle;fontSize=14;fontColor=default;labelBackgroundColor=default;endFill=1;curved=0;" target="c13" value="">
          <mxGeometry height="50" relative="1" width="50" as="geometry">
            <Array as="points">
              <mxPoint x="94" y="692" />
            </Array>
            <mxPoint x="40.00000000000004" y="535.25" as="sourcePoint" />
            <mxPoint x="278.3" y="635" as="targetPoint" />
          </mxGeometry>
        </mxCell>
-         <mxCell id="F_k4ifYB02R7CEy72iHJ-11" edge="1" parent="1" source="F_k4ifYB02R7CEy72iHJ-10" style="edgeStyle=orthogonalEdgeStyle;rounded=0;sketch=1;orthogonalLoop=1;jettySize=auto;html=1;exitX=1;exitY=0.5;exitDx=0;exitDy=0;fontFamily=Microsoft YaHei;strokeColor=#111827;strokeWidth=2;align=center;verticalAlign=middle;fontSize=14;fontColor=default;labelBackgroundColor=default;endArrow=block;endFill=1;" target="c14">
+         <mxCell id="F_k4ifYB02R7CEy72iHJ-11" edge="1" parent="1" source="F_k4ifYB02R7CEy72iHJ-10" style="edgeStyle=orthogonalEdgeStyle;rounded=1;sketch=1;orthogonalLoop=1;jettySize=auto;html=1;exitX=1;exitY=0.5;exitDx=0;exitDy=0;fontFamily=Microsoft YaHei;strokeColor=#111827;strokeWidth=2;align=center;verticalAlign=middle;fontSize=14;fontColor=default;labelBackgroundColor=default;endArrow=block;endFill=1;curved=0;" target="c14">
          <mxGeometry relative="1" as="geometry" />
        </mxCell>
        <mxCell id="F_k4ifYB02R7CEy72iHJ-10" parent="1" style="html=1;whiteSpace=wrap;rounded=1;sketch=1;fontFamily=Microsoft YaHei;fontSize=18;strokeWidth=2;arcSize=12;spacing=8;fillColor=#dae8fc;strokeColor=#6c8ebf;fontSize=17;fontStyle=1;align=center;verticalAlign=middle;" value="&lt;span style=&quot;font-weight: normal;&quot;&gt;云核样本&lt;/span&gt;" vertex="1">
          <mxGeometry height="35" width="125" x="225" y="740" as="geometry" />
        </mxCell>
        <mxCell id="F_k4ifYB02R7CEy72iHJ-15" edge="1" parent="1" source="F_k4ifYB02R7CEy72iHJ-14" style="edgeStyle=orthogonalEdgeStyle;rounded=1;sketch=1;orthogonalLoop=1;jettySize=auto;html=1;exitX=0.5;exitY=1;exitDx=0;exitDy=0;entryX=0.5;entryY=0;entryDx=0;entryDy=0;fontFamily=Microsoft YaHei;strokeColor=#111827;strokeWidth=2;align=center;verticalAlign=middle;fontSize=14;fontColor=default;labelBackgroundColor=default;endArrow=block;endFill=1;curved=0;" target="c26">
          <mxGeometry relative="1" as="geometry">
            <Array as="points">
              <mxPoint x="1210" y="240" />
              <mxPoint x="1108" y="240" />
            </Array>
          </mxGeometry>
        </mxCell>
-         <mxCell id="F_k4ifYB02R7CEy72iHJ-14" parent="1" style="html=1;whiteSpace=wrap;rounded=1;sketch=1;fontFamily=Microsoft YaHei;fontSize=18;strokeWidth=2;arcSize=12;spacing=8;fillColor=#FFF7ED;strokeColor=#EA580C;fontColor=#111827;fontSize=18;fontStyle=1;align=center;verticalAlign=middle;" value="&lt;span style=&quot;font-weight: normal;&quot;&gt;未归类样本&lt;/span&gt;" vertex="1">
+         <mxCell id="F_k4ifYB02R7CEy72iHJ-14" parent="1" style="html=1;whiteSpace=wrap;rounded=1;sketch=1;fontFamily=Microsoft YaHei;fontSize=18;strokeWidth=2;arcSize=12;spacing=8;fillColor=#ffe6cc;strokeColor=#d79b00;fontSize=18;fontStyle=1;align=center;verticalAlign=middle;" value="&lt;span style=&quot;font-weight: normal;&quot;&gt;未归类样本&lt;/span&gt;" vertex="1">
          <mxGeometry height="35" width="140" x="1140" y="195" as="geometry" />
        </mxCell>
      </root>
    </mxGraphModel>
  </diagram>
</mxfile>
